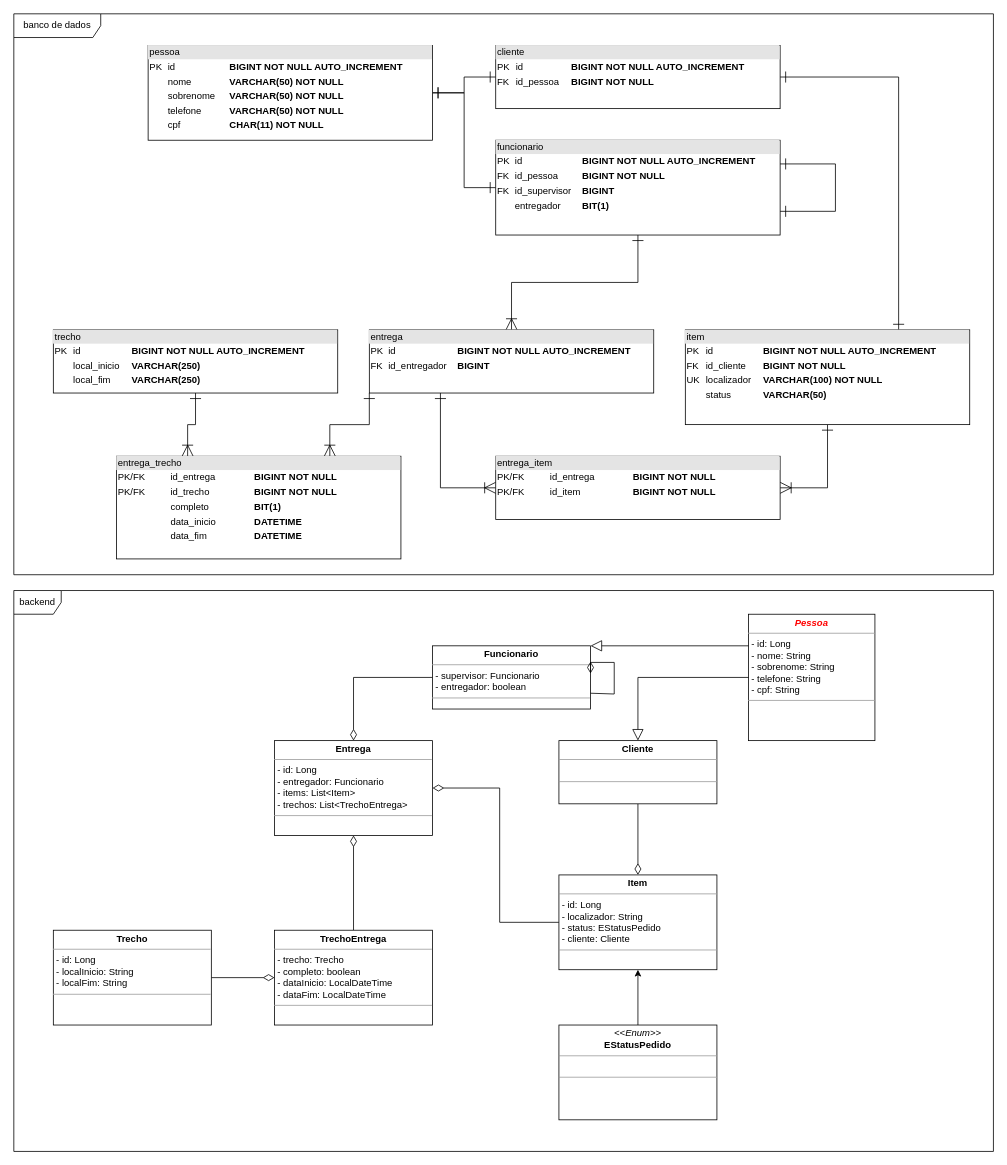
Before: page "EQ1" (1 of 8) of equipes.drawio in hannaBanannaOF/entra21-git-inicio, a draw.io diagram. Source tidied: cells renumbered, new cells numbered last; positions are measured from the earlier drawing's top-left corner, leaving out a move shared by most shapes. Both pictures are drawn from the tidied source at 79%, with x=0, y=0 at pixel (13, 13).
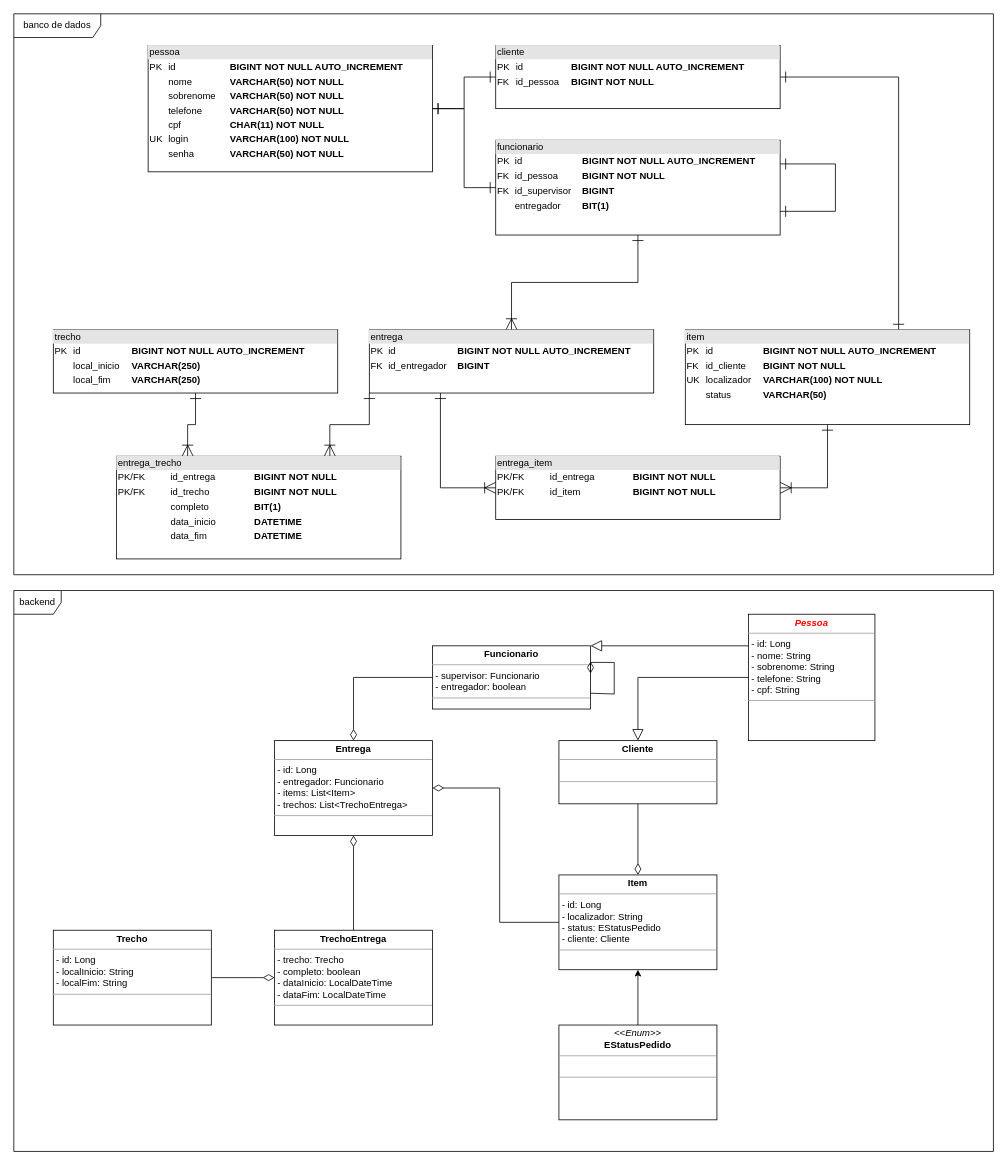
The same diagram, later.

Change to the diagram source:
```diff
@@
-    <mxCell id="14" value="&lt;div style=&quot;box-sizing:border-box;width:100%;background:#e4e4e4;padding:2px;&quot;&gt;pessoa&lt;/div&gt;&lt;table style=&quot;width:100%;font-size:1em;&quot; cellpadding=&quot;2&quot; cellspacing=&quot;0&quot;&gt;&lt;tbody&gt;&lt;tr&gt;&lt;td&gt;PK&lt;/td&gt;&lt;td&gt;id&amp;nbsp;&lt;/td&gt;&lt;td&gt;&lt;b&gt;BIGINT&amp;nbsp;NOT NULL AUTO_INCREMENT&lt;/b&gt;&lt;br&gt;&lt;/td&gt;&lt;/tr&gt;&lt;tr&gt;&lt;td&gt;&lt;br&gt;&lt;/td&gt;&lt;td&gt;nome&amp;nbsp;&lt;br&gt;&lt;/td&gt;&lt;td&gt;&lt;b&gt;VARCHAR(50) NOT NULL&lt;/b&gt;&lt;br&gt;&lt;/td&gt;&lt;/tr&gt;&lt;tr&gt;&lt;td&gt;&lt;br&gt;&lt;/td&gt;&lt;td&gt;sobrenome&amp;nbsp;&lt;br&gt;&lt;/td&gt;&lt;td&gt;&lt;b&gt;VARCHAR(50) NOT NULL&lt;/b&gt;&lt;br&gt;&lt;/td&gt;&lt;/tr&gt;&lt;tr&gt;&lt;td&gt;&lt;br&gt;&lt;/td&gt;&lt;td&gt;telefone&lt;/td&gt;&lt;td&gt;&lt;b&gt;VARCHAR(50) NOT NULL&lt;/b&gt;&lt;/td&gt;&lt;/tr&gt;&lt;tr&gt;&lt;td&gt;&lt;br&gt;&lt;/td&gt;&lt;td&gt;cpf&lt;/td&gt;&lt;td&gt;&lt;b&gt;CHAR(11) NOT NULL&lt;/b&gt;&lt;/td&gt;&lt;/tr&gt;&lt;/tbody&gt;&lt;/table&gt;" style="verticalAlign=top;align=left;overflow=fill;html=1;" parent="1" vertex="1">
-      <mxGeometry x="170" y="40" width="360" height="120" as="geometry" />
+    <mxCell id="14" value="&lt;div style=&quot;box-sizing:border-box;width:100%;background:#e4e4e4;padding:2px;&quot;&gt;pessoa&lt;/div&gt;&lt;table style=&quot;width:100%;font-size:1em;&quot; cellpadding=&quot;2&quot; cellspacing=&quot;0&quot;&gt;&lt;tbody&gt;&lt;tr&gt;&lt;td&gt;PK&lt;/td&gt;&lt;td&gt;id&amp;nbsp;&lt;/td&gt;&lt;td&gt;&lt;b&gt;BIGINT&amp;nbsp;NOT NULL AUTO_INCREMENT&lt;/b&gt;&lt;br&gt;&lt;/td&gt;&lt;/tr&gt;&lt;tr&gt;&lt;td&gt;&lt;br&gt;&lt;/td&gt;&lt;td&gt;nome&amp;nbsp;&lt;br&gt;&lt;/td&gt;&lt;td&gt;&lt;b&gt;VARCHAR(50) NOT NULL&lt;/b&gt;&lt;br&gt;&lt;/td&gt;&lt;/tr&gt;&lt;tr&gt;&lt;td&gt;&lt;br&gt;&lt;/td&gt;&lt;td&gt;sobrenome&amp;nbsp;&lt;br&gt;&lt;/td&gt;&lt;td&gt;&lt;b&gt;VARCHAR(50) NOT NULL&lt;/b&gt;&lt;br&gt;&lt;/td&gt;&lt;/tr&gt;&lt;tr&gt;&lt;td&gt;&lt;br&gt;&lt;/td&gt;&lt;td&gt;telefone&lt;/td&gt;&lt;td&gt;&lt;b&gt;VARCHAR(50) NOT NULL&lt;/b&gt;&lt;/td&gt;&lt;/tr&gt;&lt;tr&gt;&lt;td&gt;&lt;br&gt;&lt;/td&gt;&lt;td&gt;cpf&lt;/td&gt;&lt;td&gt;&lt;b&gt;CHAR(11) NOT NULL&lt;/b&gt;&lt;/td&gt;&lt;/tr&gt;&lt;tr&gt;&lt;td&gt;UK&lt;/td&gt;&lt;td&gt;login&lt;/td&gt;&lt;td&gt;&lt;b&gt;VARCHAR(100) NOT NULL&lt;/b&gt;&lt;/td&gt;&lt;/tr&gt;&lt;tr&gt;&lt;td&gt;&lt;br&gt;&lt;/td&gt;&lt;td&gt;senha&lt;/td&gt;&lt;td&gt;&lt;b&gt;VARCHAR(50) NOT NULL&lt;/b&gt;&lt;/td&gt;&lt;/tr&gt;&lt;/tbody&gt;&lt;/table&gt;" style="verticalAlign=top;align=left;overflow=fill;html=1;" parent="1" vertex="1">
+      <mxGeometry x="170" y="40" width="360" height="160" as="geometry" />
     </mxCell>
```
